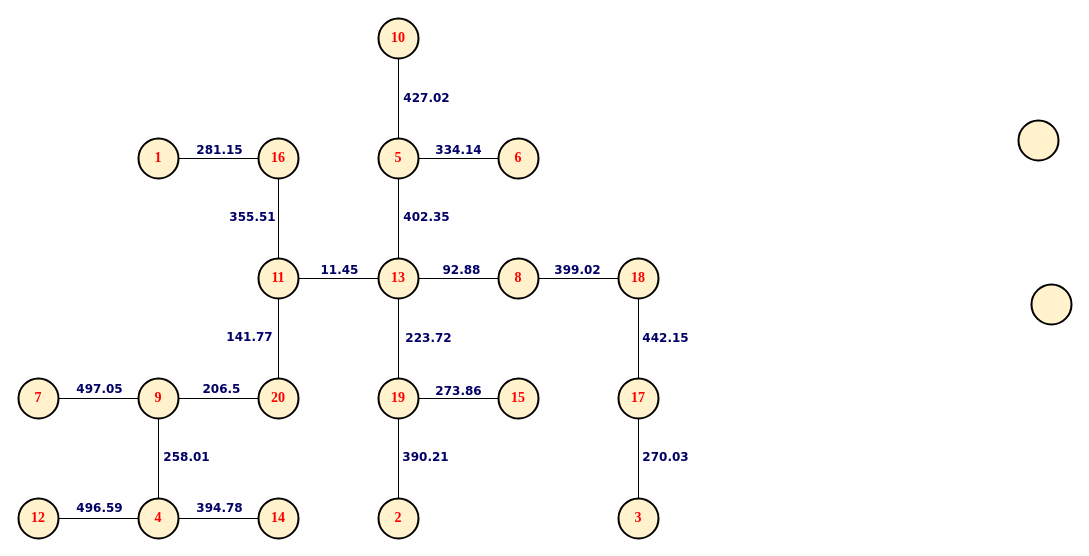
Before: Kruskal/Untitled Diagram.drawio in jiaquantan/Diagram, a draw.io diagram. Source tidied: cells renumbered, new cells numbered last; positions are measured from the earlier drawing's top-left corner, leaving out a move shared by most shapes. Both pictures are drawn from the tidied source at 100%, with x=0, y=0 at pixel (18, 18).
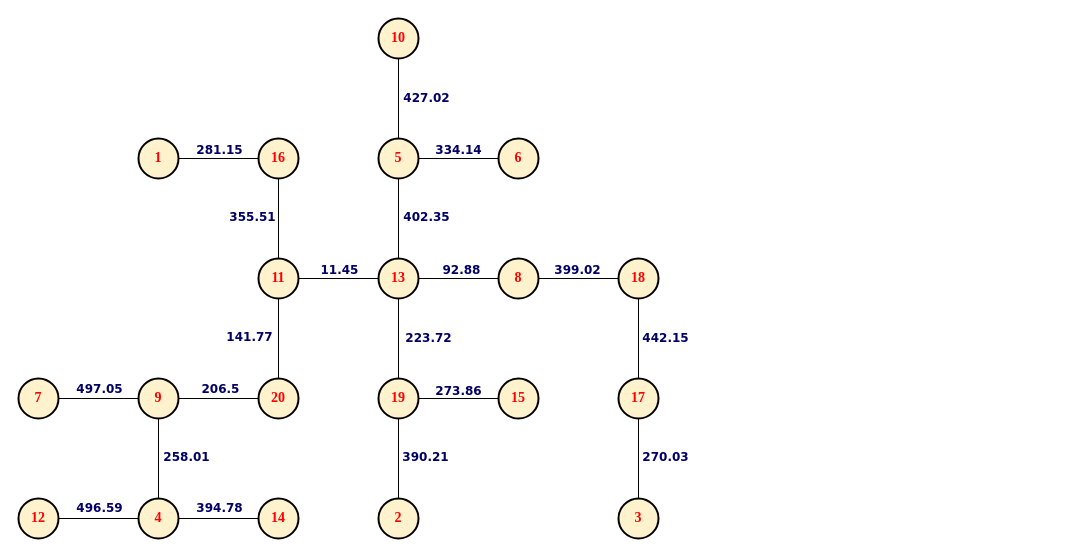
Above is the later version.

The edit, as a diff of the source:
```diff
@@
-    <mxCell id="19" style="ellipse;whiteSpace=wrap;html=1;fillColor=#FFF2CC;strokeColor=#000000;strokeWidth=2;" parent="1" vertex="1">
-      <mxGeometry x="1013" y="266" width="40" height="40" as="geometry" />
-    </mxCell>
@@
-    <mxCell id="41" style="ellipse;whiteSpace=wrap;html=1;fillColor=#FFF2CC;strokeColor=#000000;strokeWidth=2;" parent="1" vertex="1">
-      <mxGeometry x="1000" y="102" width="40" height="40" as="geometry" />
-    </mxCell>
@@
     <mxCell id="46" value="206.5" style="text;html=1;align=center;verticalAlign=middle;strokeColor=none;fillColor=none;fontFamily=Verdana;fontStyle=1;fontColor=#000066;" parent="1" vertex="1">
-      <mxGeometry x="176" y="358" width="53" height="26" as="geometry" />
+      <mxGeometry x="175" y="358" width="53" height="26" as="geometry" />
     </mxCell>
```
